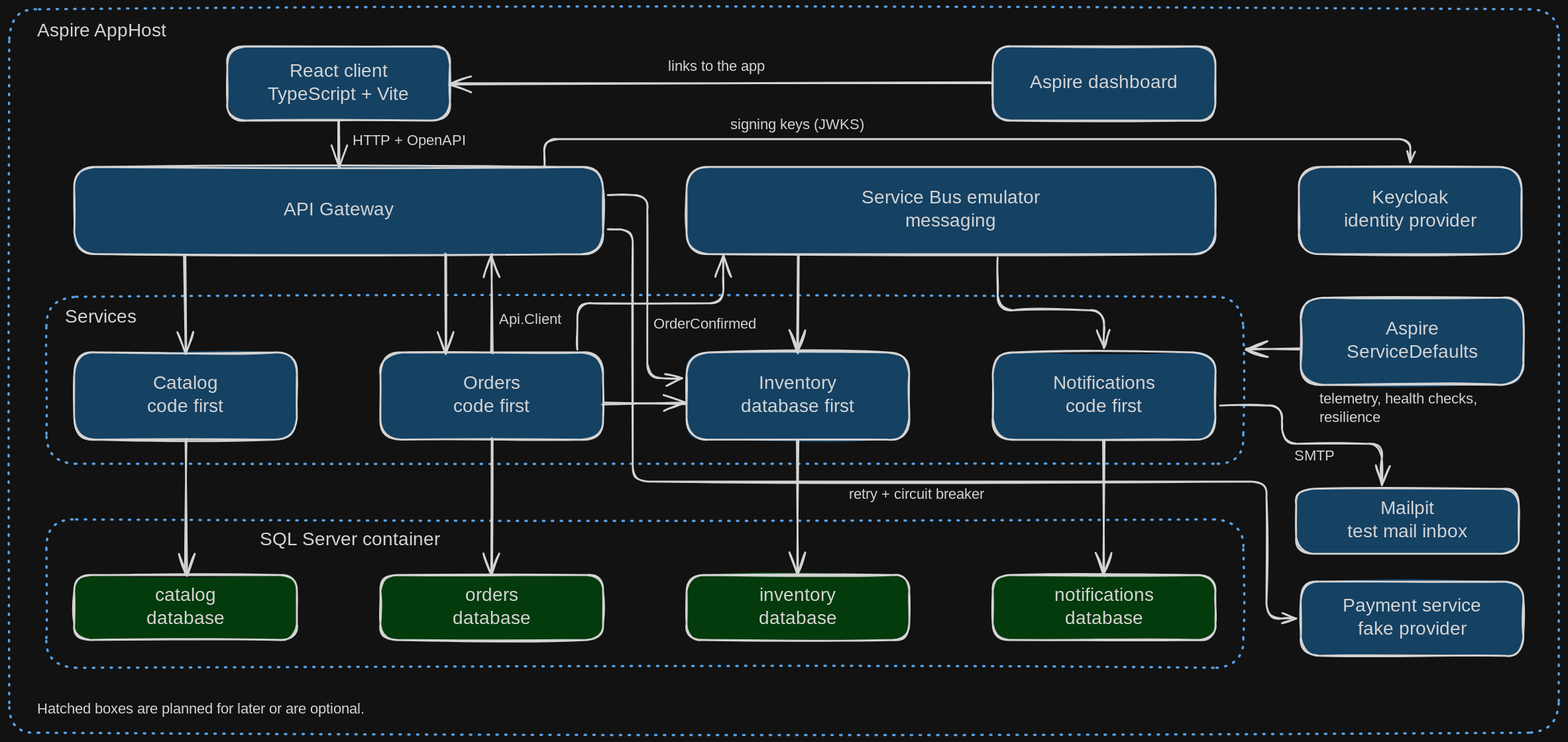
Before: resources/schemas/CatDemoArchitecture.excalidraw.svg, a diagram exported from Excalidraw (gmarginet/CleanArchitectureToolkit). Source tidied: one line per element, renumbered; positions are measured from the earlier drawing's top-left corner, leaving out a move shared by most shapes.
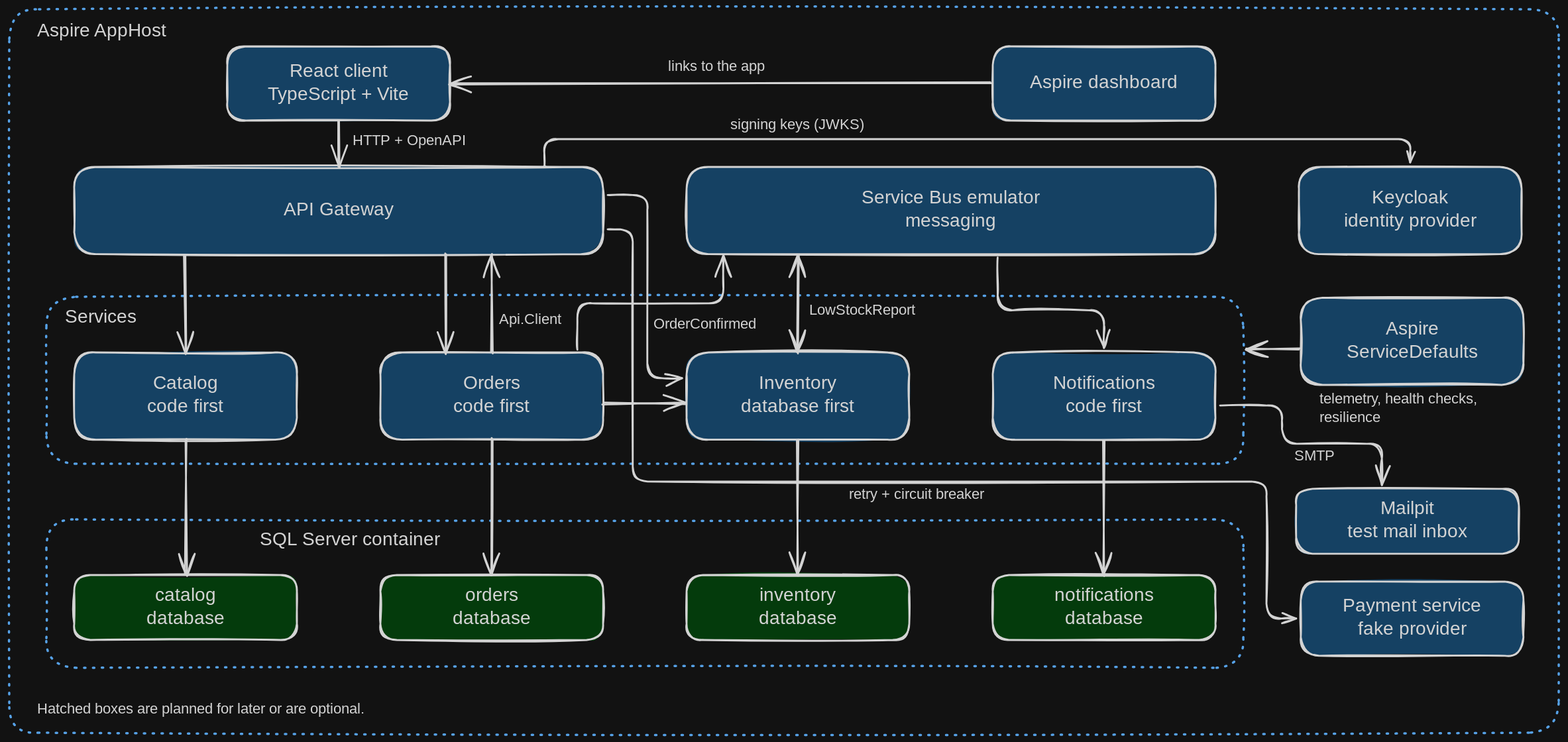
The same file after the commit.

Commit message:
Describe the scheduled jobs in the demo readme and remove their phase (skip-pub)

The demo readme covers the sweep, the low stock report, the client credentials token and the dev OpenAPI group.
The drawing shows that Inventory publishes to the bus.

What changed in the source:
```diff
@@ -35,7 +35,7 @@
 {"id": 34, "type": "arrow", "strokeColor": "#1e1e1e", "strokeWidth": 2, "roughness": 1, "endArrowhead": "arrow", "round": true, "from": 10, "to": 14, "x": 190, "y": 264, "width": 0, "height": 106, "points": [[0, 0], [0, 106]]}
 {"id": 35, "type": "arrow", "strokeColor": "#1e1e1e", "strokeWidth": 2, "roughness": 1, "endArrowhead": "arrow", "round": true, "from": 10, "to": 16, "x": 470, "y": 264, "width": 0, "height": 106, "points": [[0, 0], [0, 106]]}
 {"id": 36, "type": "arrow", "strokeColor": "#1e1e1e", "strokeWidth": 2, "roughness": 1, "endArrowhead": "arrow", "from": 16, "to": 12, "x": 612, "y": 367, "width": 157, "height": 102, "points": [[0, 0], [0, -50], [157, -50], [157, -102]]}
-{"id": 37, "type": "arrow", "strokeColor": "#1e1e1e", "strokeWidth": 2, "roughness": 1, "endArrowhead": "arrow", "round": true, "from": 12, "to": 18, "x": 850, "y": 264, "width": 0, "height": 106, "points": [[0, 0], [0, 106]]}
+{"id": 37, "type": "arrow", "strokeColor": "#1e1e1e", "strokeWidth": 2, "roughness": 1, "startArrowhead": "arrow", "endArrowhead": "arrow", "round": true, "from": 12, "to": 18, "x": 850, "y": 264, "width": 0, "height": 106, "points": [[0, 0], [0, 106]]}
 {"id": 38, "type": "arrow", "strokeColor": "#1e1e1e", "strokeWidth": 2, "roughness": 1, "endArrowhead": "arrow", "from": 12, "to": 20, "x": 1065, "y": 268, "width": 115, "height": 97, "points": [[0, 0], [0, 57], [115, 57], [115, 97]]}
 {"id": 39, "type": "arrow", "strokeColor": "#1e1e1e", "strokeWidth": 2, "roughness": 1, "endArrowhead": "arrow", "round": true, "from": 16, "to": 10, "x": 520, "y": 370, "width": 0, "height": 106, "points": [[0, 0], [0, -106]]}
 {"id": 40, "type": "arrow", "strokeColor": "#1e1e1e", "strokeWidth": 2, "roughness": 1, "endArrowhead": "arrow", "round": true, "from": 14, "to": 24, "x": 190, "y": 464, "width": 0, "height": 146, "points": [[0, 0], [0, 146]]}
@@ -63,3 +63,4 @@
 {"id": 62, "type": "rectangle", "strokeColor": "#1e1e1e", "backgroundColor": "#b2f2bb", "fillStyle": "solid", "strokeWidth": 2, "roughness": 1, "round": true, "x": 1060, "y": 610, "width": 240, "height": 70}
 {"id": 63, "type": "text", "text": "notifications\ndatabase", "strokeColor": "#1e1e1e", "strokeWidth": 2, "roughness": 1, "fontSize": 20, "fontFamily": 5, "textAlign": "center", "verticalAlign": "middle", "inside": 62, "x": 1125, "y": 620, "width": 110, "height": 50}
 {"id": 64, "type": "arrow", "strokeColor": "#1e1e1e", "strokeWidth": 2, "roughness": 1, "endArrowhead": "arrow", "round": true, "x": 1180, "y": 464, "width": 0, "height": 146, "points": [[0, 0], [0, 146]]}
+{"id": 65, "type": "text", "text": "LowStockReport", "strokeColor": "#1e1e1e", "strokeWidth": 2, "roughness": 1, "fontSize": 16, "fontFamily": 5, "x": 862, "y": 315, "width": 113, "height": 20}
```
